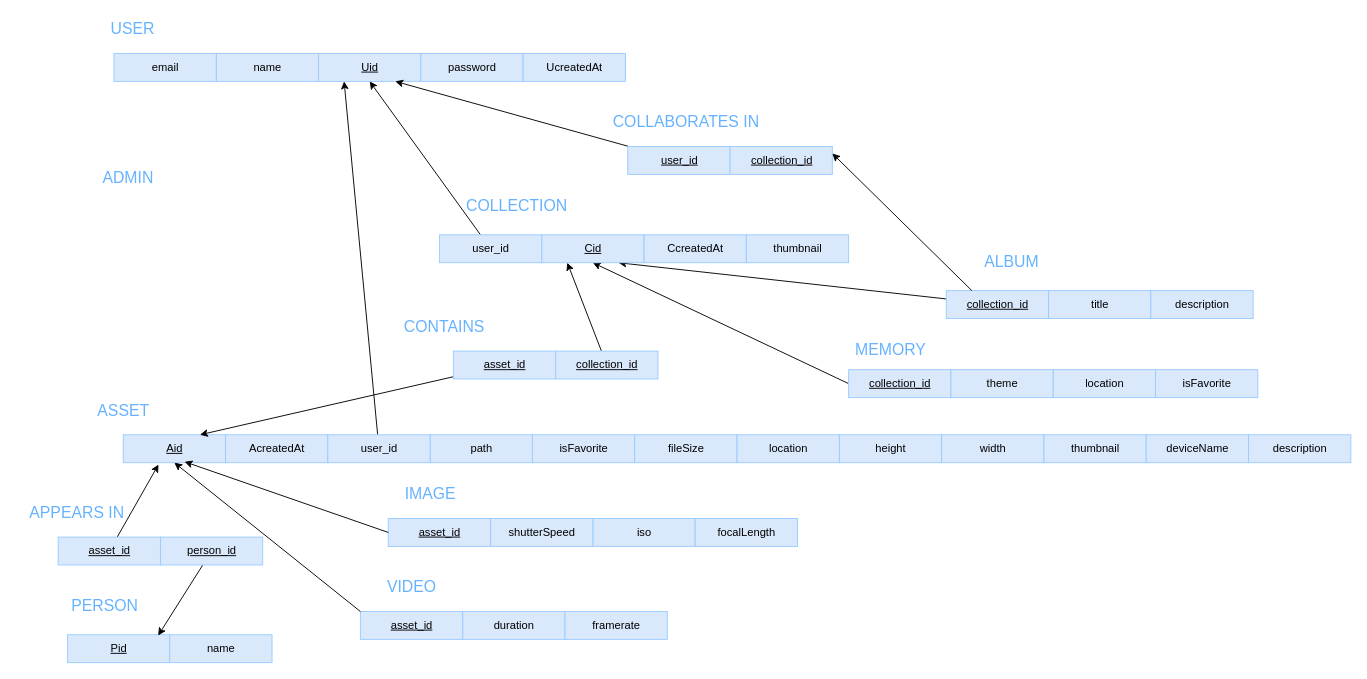
Before: relational_model.drawio in toniker/db, a draw.io diagram. Source tidied: cells renumbered, new cells numbered last; positions are measured from the earlier drawing's top-left corner, leaving out a move shared by most shapes. Both pictures are drawn from the tidied source at 93%, with x=0, y=0 at pixel (16, 16).
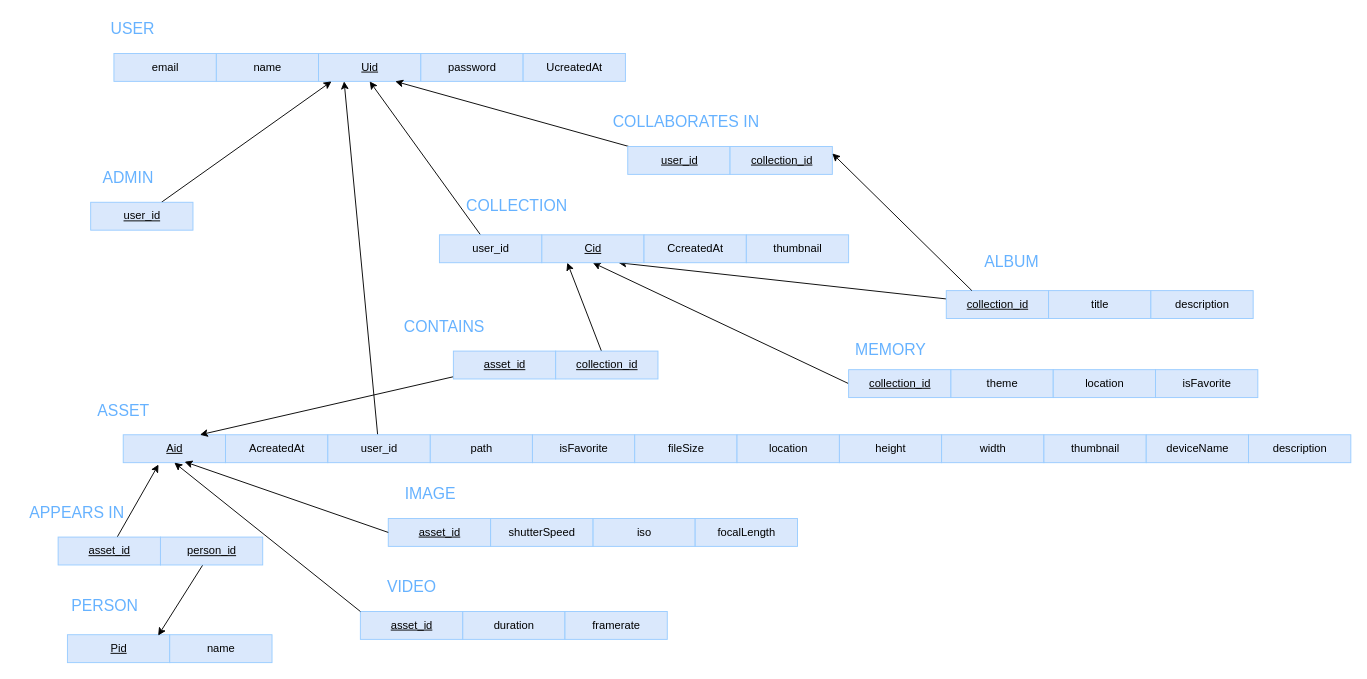
The same page after the edit.

Commit message:
Update relational model

The change refers to these unchanged cells:
```xml
<mxCell id="12" value="&lt;u&gt;Uid&lt;/u&gt;" style="html=1;fillColor=#dae8fc;strokeColor=#99CCFF;" parent="1" vertex="1">
  <mxGeometry x="325" y="40" width="110" height="30" as="geometry" />
</mxCell>
```

The edit, as a diff of the source:
```diff
@@
+    <mxCell id="69" style="rounded=0;jettySize=auto;html=1;entryX=0.127;entryY=1;entryDx=0;entryDy=0;entryPerimeter=0;" parent="1" edge="1" source="70" target="12">
+      <mxGeometry relative="1" as="geometry" />
+    </mxCell>
+    <mxCell id="70" value="&lt;u&gt;user_id&lt;/u&gt;" style="html=1;fillColor=#dae8fc;strokeColor=#99CCFF;" parent="1" vertex="1">
+      <mxGeometry x="80" y="200" width="110" height="30" as="geometry" />
+    </mxCell>
```
